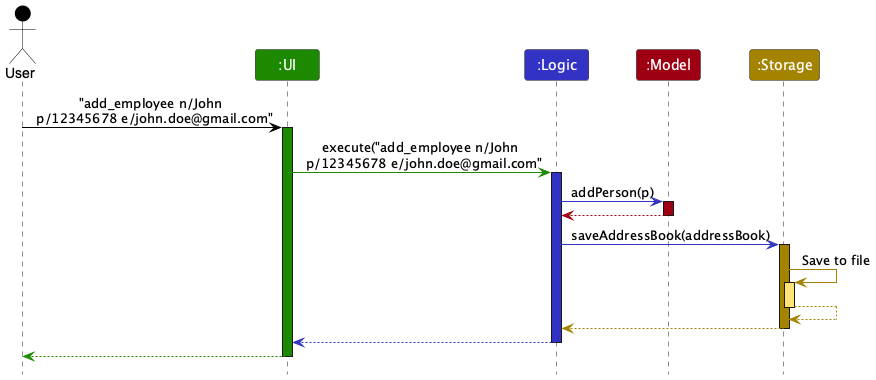
AY2526S1-CS2103T-T08-3/tp keeps this PlantUML diagram as docs/images/ArchitectureSequenceDiagram.png. Above is the earlier version.
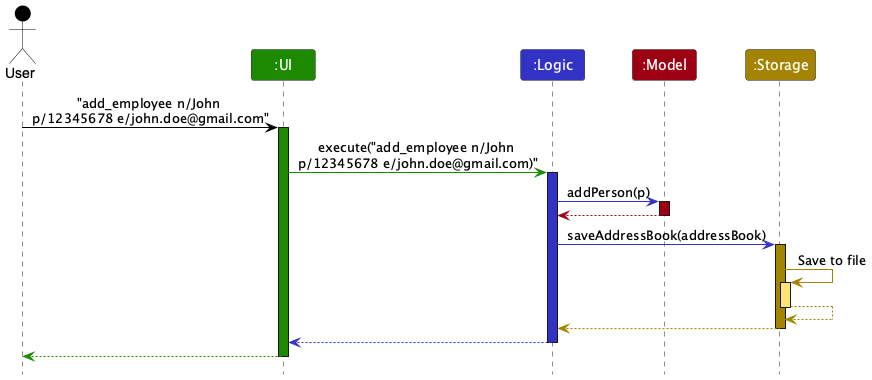
After the commit.

Change to the diagram source:
```diff
@@ -8,10 +8,10 @@
 Participant ":Model" as model MODEL_COLOR
 Participant ":Storage" as storage STORAGE_COLOR
 
-user -[USER_COLOR]> ui : "add_employee n/John \n p/12345678 e/john.doe@gmail.com"
+user -[USER_COLOR]> ui : "add_employee n/John \np/12345678 e/john.doe@gmail.com"
 activate ui UI_COLOR
 
-ui -[UI_COLOR]> logic : execute("add_employee n/John \n p/12345678 e/john.doe@gmail.com"
+ui -[UI_COLOR]> logic : execute("add_employee n/John \np/12345678 e/john.doe@gmail.com)"
 activate logic LOGIC_COLOR
 
 logic -[LOGIC_COLOR]> model : addPerson(p)
```
